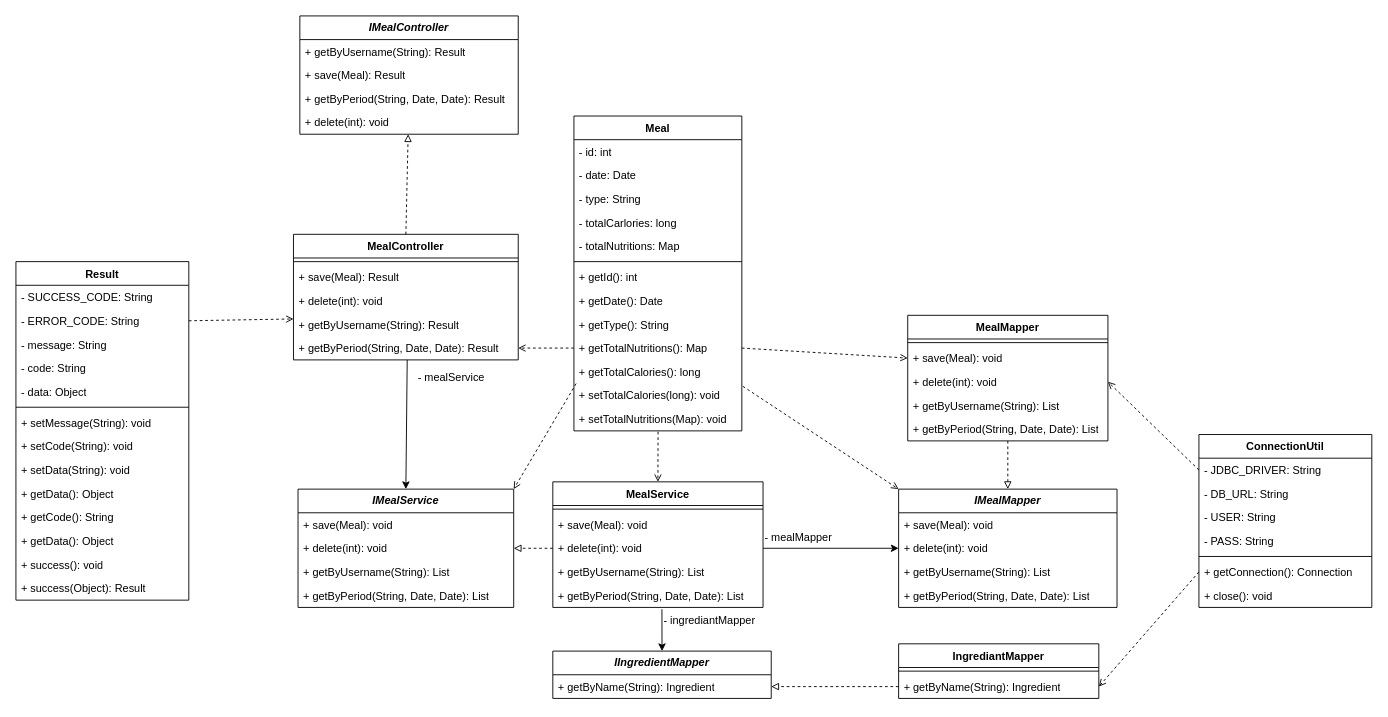
The draw.io diagram page "meal-model&controller" (6 of 9) of doc/erd.drawio in leidZhang/Nutrifit, before the edit. Source tidied: cells renumbered, new cells numbered last; positions are measured from the earlier drawing's top-left corner, leaving out a move shared by most shapes. Both pictures are drawn from the tidied source at 91%, with x=0, y=0 at pixel (15, 15).
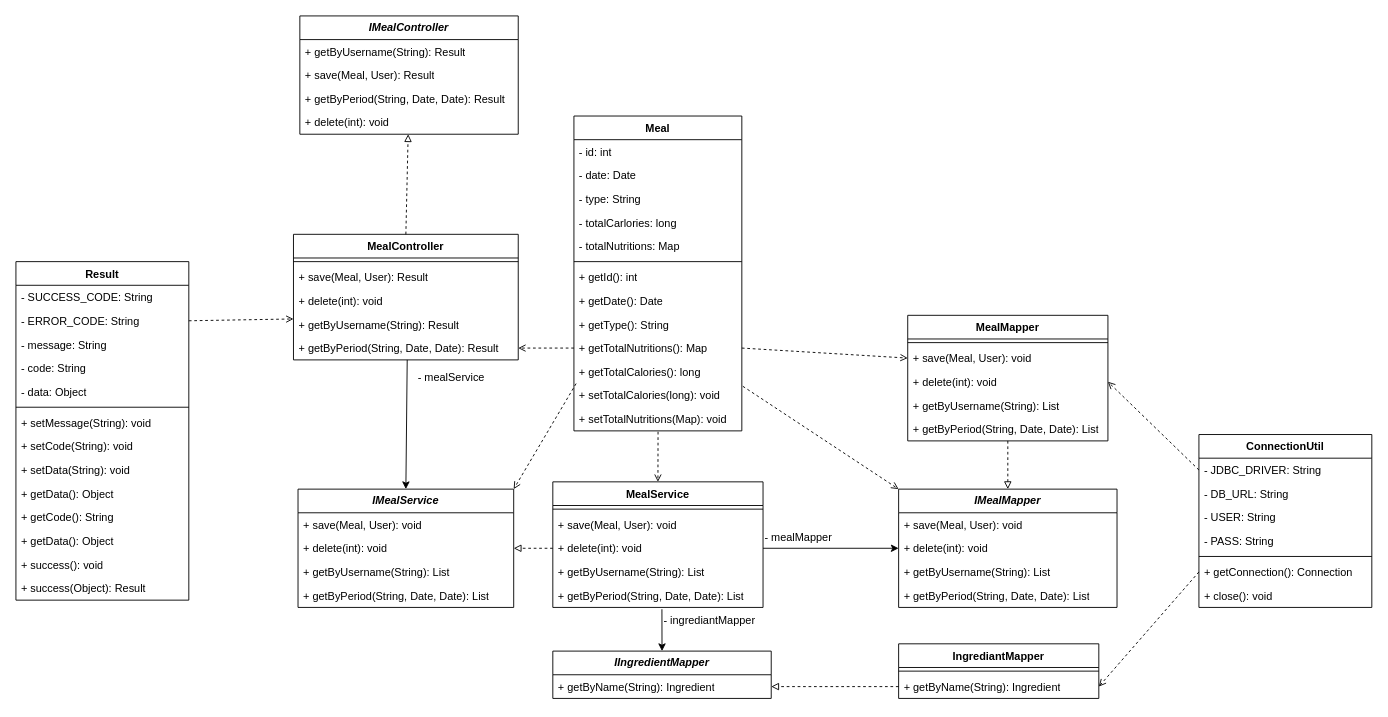
Above is the later version.

The change refers to these unchanged cells:
```xml
<mxCell id="16" value="MealService" style="swimlane;fontStyle=1;align=center;verticalAlign=top;horizontal=1;startSize=26;whiteSpace=wrap;html=1;" parent="1" vertex="1">
  <mxGeometry x="590" y="512" width="231" height="138" as="geometry" />
</mxCell>
<mxCell id="23" value="MealMapper" style="swimlane;fontStyle=1;align=center;verticalAlign=top;horizontal=1;startSize=26;whiteSpace=wrap;html=1;" parent="1" vertex="1">
  <mxGeometry x="980" y="329" width="220" height="138" as="geometry" />
</mxCell>
<mxCell id="29" value="&lt;b&gt;&lt;i&gt;IMealMapper&lt;/i&gt;&lt;/b&gt;" style="swimlane;fontStyle=0;horizontal=1;startSize=26;fillColor=none;whiteSpace=wrap;html=1;" parent="1" vertex="1">
  <mxGeometry x="970" y="520" width="240" height="130" as="geometry" />
</mxCell>
<mxCell id="34" value="&lt;b&gt;&lt;i&gt;IMealService&lt;/i&gt;&lt;/b&gt;" style="swimlane;fontStyle=0;horizontal=1;startSize=26;fillColor=none;whiteSpace=wrap;html=1;" parent="1" vertex="1">
  <mxGeometry x="310" y="520" width="237" height="130" as="geometry" />
</mxCell>
<mxCell id="39" value="MealController" style="swimlane;fontStyle=1;align=center;verticalAlign=top;horizontal=1;startSize=26;whiteSpace=wrap;html=1;" parent="1" vertex="1">
  <mxGeometry x="305" y="240" width="247" height="138" as="geometry" />
</mxCell>
<mxCell id="53" value="&lt;b&gt;&lt;i&gt;IMealController&lt;/i&gt;&lt;/b&gt;" style="swimlane;fontStyle=0;horizontal=1;startSize=26;fillColor=none;whiteSpace=wrap;html=1;" parent="1" vertex="1">
  <mxGeometry x="312" width="240" height="130" as="geometry" />
</mxCell>
```

Change to the diagram source:
```diff
@@
-    <mxCell id="18" value="+ save(Meal): void" style="text;strokeColor=none;fillColor=none;align=left;verticalAlign=top;spacingLeft=4;spacingRight=4;overflow=hidden;whiteSpace=wrap;html=1;" parent="16" vertex="1">
+    <mxCell id="18" value="+ save(Meal, User): void" style="text;strokeColor=none;fillColor=none;align=left;verticalAlign=top;spacingLeft=4;spacingRight=4;overflow=hidden;whiteSpace=wrap;html=1;" parent="16" vertex="1">
       <mxGeometry y="34" width="231" height="26" as="geometry" />
     </mxCell>
@@
-    <mxCell id="25" value="+ save(Meal): void" style="text;strokeColor=none;fillColor=none;align=left;verticalAlign=top;spacingLeft=4;spacingRight=4;overflow=hidden;points=[[0,0.5],[1,0.5]];portConstraint=eastwest;whiteSpace=wrap;html=1;" parent="23" vertex="1">
+    <mxCell id="25" value="+ save(Meal, User): void" style="text;strokeColor=none;fillColor=none;align=left;verticalAlign=top;spacingLeft=4;spacingRight=4;overflow=hidden;points=[[0,0.5],[1,0.5]];portConstraint=eastwest;whiteSpace=wrap;html=1;" parent="23" vertex="1">
       <mxGeometry y="34" width="220" height="26" as="geometry" />
     </mxCell>
@@
-    <mxCell id="30" value="+ save(Meal): void" style="text;strokeColor=none;fillColor=none;align=left;verticalAlign=top;spacingLeft=4;spacingRight=4;overflow=hidden;whiteSpace=wrap;html=1;" parent="29" vertex="1">
+    <mxCell id="30" value="+ save(Meal, User): void" style="text;strokeColor=none;fillColor=none;align=left;verticalAlign=top;spacingLeft=4;spacingRight=4;overflow=hidden;whiteSpace=wrap;html=1;" parent="29" vertex="1">
       <mxGeometry y="26" width="240" height="26" as="geometry" />
     </mxCell>
@@
-    <mxCell id="35" value="+ save(Meal): void" style="text;strokeColor=none;fillColor=none;align=left;verticalAlign=top;spacingLeft=4;spacingRight=4;overflow=hidden;whiteSpace=wrap;html=1;" parent="34" vertex="1">
+    <mxCell id="35" value="+ save(Meal, User): void" style="text;strokeColor=none;fillColor=none;align=left;verticalAlign=top;spacingLeft=4;spacingRight=4;overflow=hidden;whiteSpace=wrap;html=1;" parent="34" vertex="1">
       <mxGeometry y="26" width="237" height="26" as="geometry" />
     </mxCell>
@@
-    <mxCell id="41" value="+ save(Meal): Result" style="text;strokeColor=none;fillColor=none;align=left;verticalAlign=top;spacingLeft=4;spacingRight=4;overflow=hidden;whiteSpace=wrap;html=1;" parent="39" vertex="1">
+    <mxCell id="41" value="+ save(Meal, User): Result" style="text;strokeColor=none;fillColor=none;align=left;verticalAlign=top;spacingLeft=4;spacingRight=4;overflow=hidden;whiteSpace=wrap;html=1;" parent="39" vertex="1">
       <mxGeometry y="34" width="247" height="26" as="geometry" />
     </mxCell>
@@
-    <mxCell id="55" value="+ save(Meal): Result" style="text;strokeColor=none;fillColor=none;align=left;verticalAlign=top;spacingLeft=4;spacingRight=4;overflow=hidden;whiteSpace=wrap;html=1;" parent="53" vertex="1">
+    <mxCell id="55" value="+ save(Meal, User): Result" style="text;strokeColor=none;fillColor=none;align=left;verticalAlign=top;spacingLeft=4;spacingRight=4;overflow=hidden;whiteSpace=wrap;html=1;" parent="53" vertex="1">
       <mxGeometry y="52" width="240" height="26" as="geometry" />
     </mxCell>
```
